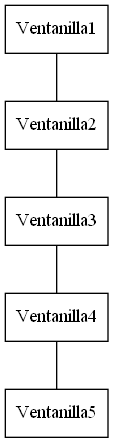
The Graphviz diagram Fase1/listaVentanillas.png in d-acetun/simulacion-sistema-impresion-de-imagenes, before a commit. Its source is kept beside it as Fase1/listaVentanillas.dot.
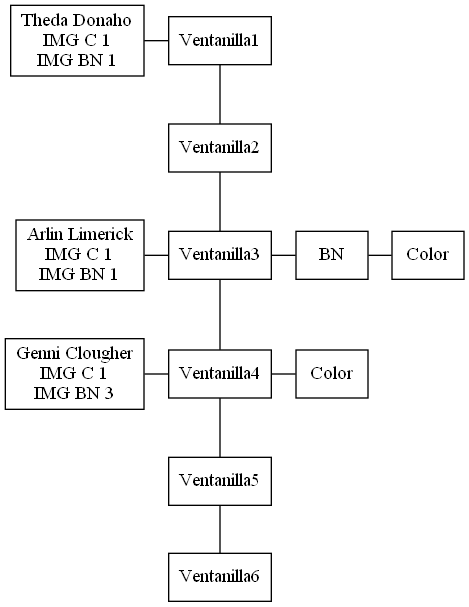
Later version of the same file.

Change to the diagram source:
```diff
@@ -2,13 +2,33 @@
 node[shape=box]
 edge[arrowhead=none]
 0 [label=Ventanilla1]
-1 [label=Ventanilla2]
-2 [label=Ventanilla3]
-3 [label=Ventanilla4]
-4 [label=Ventanilla5]
-0->1
-1->2
+1 [label="Theda Donaho\nIMG C 1\nIMG BN 1"]
+2 [label=Ventanilla2]
+3 [label=Ventanilla3]
+4 [label="Arlin Limerick\nIMG C 1\nIMG BN 1"]
+5[label=BN]
+6[label=Color]
+7 [label=Ventanilla4]
+8 [label="Genni Clougher\nIMG C 1\nIMG BN 3"]
+9[label=Color]
+10 [label=Ventanilla5]
+11 [label=Ventanilla6]
+1->0
+0->2
 2->3
-3->4
+4->3
+3->5
+5->6
+3->7
+8->7
+7->9
+7->10
+10->11
+{rank=same; 1; 0}
+{rank=same; 4; 3}
+{rank=same; 3; 5}
+{rank=same; 5; 6}
+{rank=same; 8; 7}
+{rank=same; 7; 9}
 rankdir=TB
 }
```
